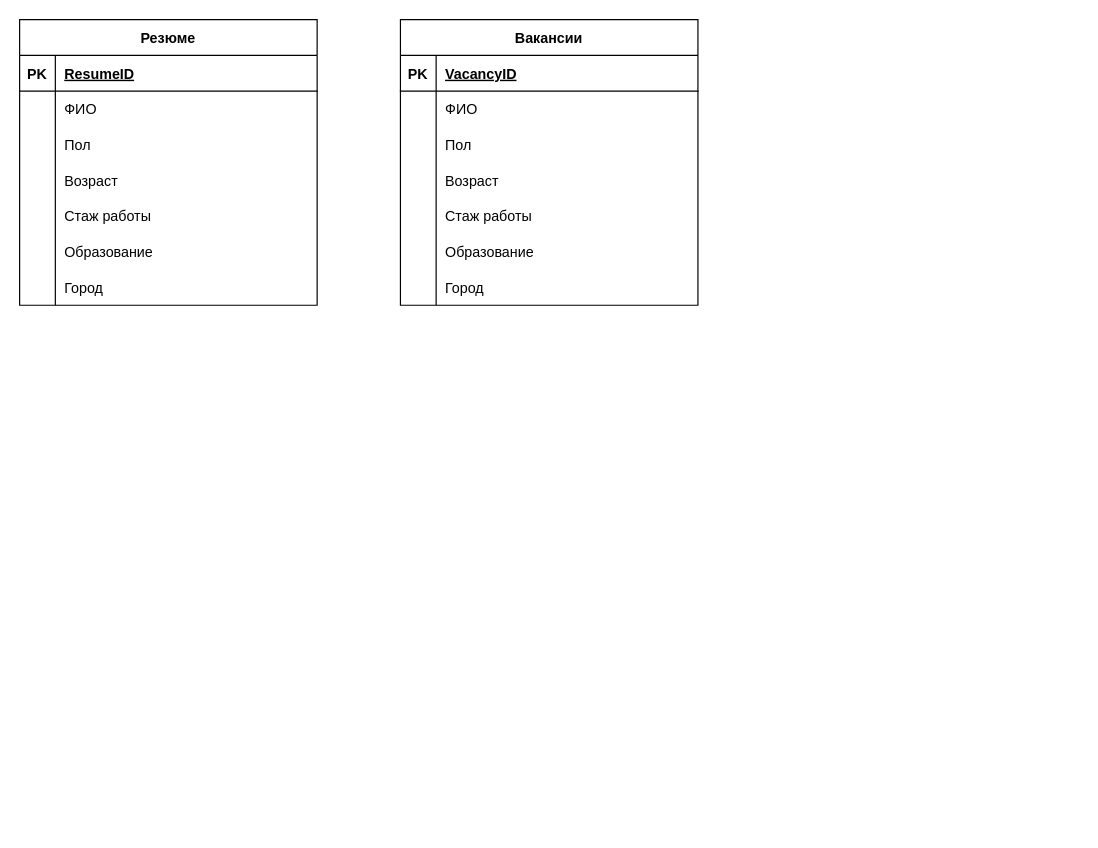
Earlier version of the draw.io diagram Entity Relationship Diagram.drawio (FullOfDelirium/Employment-agency). Source tidied: cells renumbered, new cells numbered last; positions are measured from the earlier drawing's top-left corner, leaving out a move shared by most shapes. Both pictures are drawn from the tidied source at 119%, with x=0, y=0 at pixel (19, 19).
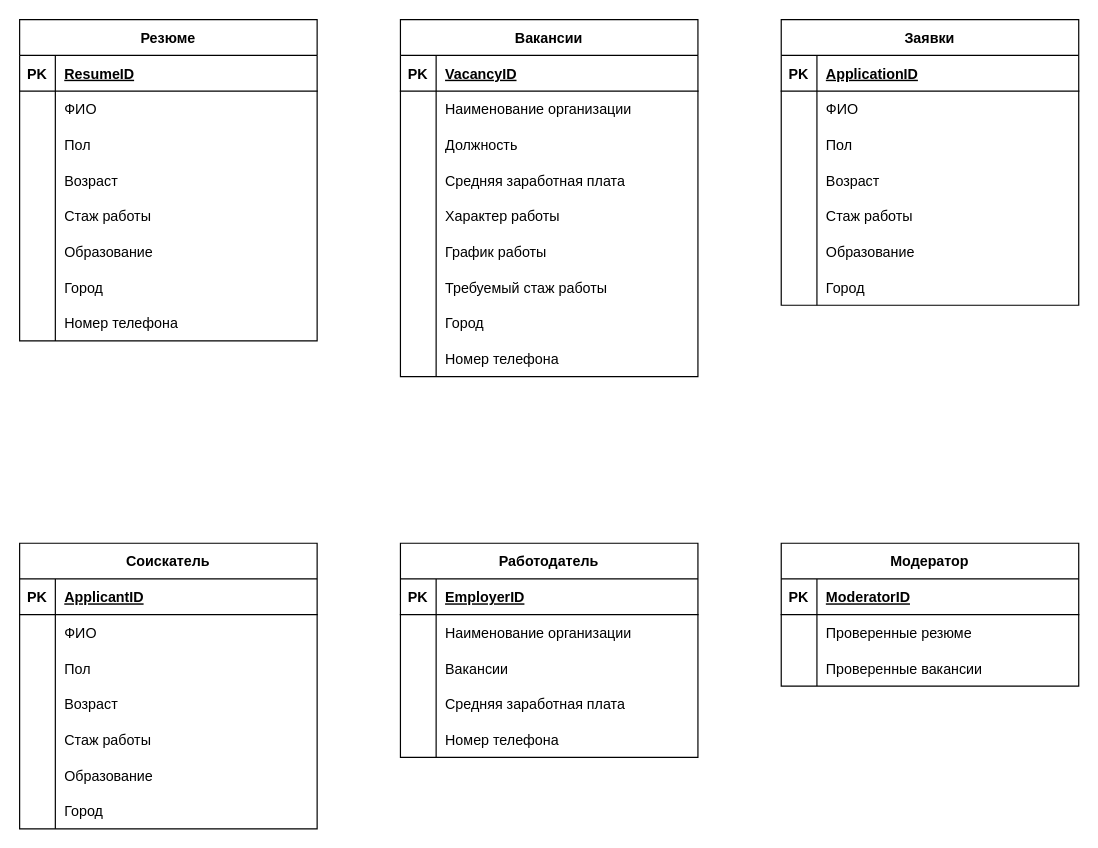
Above is the later version.

The change refers to these unchanged cells:
```xml
<mxCell id="28" style="shape=partialRectangle;fillColor=none;top=0;left=0;right=0;bottom=0;" parent="24" vertex="1">
  <mxGeometry y="60" width="250" height="30" as="geometry" />
</mxCell>
<mxCell id="37" style="shape=partialRectangle;fillColor=none;top=0;left=0;right=0;bottom=0;" parent="24" vertex="1">
  <mxGeometry y="150" width="250" height="30" as="geometry" />
</mxCell>
<mxCell id="40" style="shape=partialRectangle;fillColor=none;top=0;left=0;right=0;bottom=0;" parent="24" vertex="1">
  <mxGeometry y="180" width="250" height="30" as="geometry" />
</mxCell>
<mxCell id="43" style="shape=partialRectangle;fillColor=none;top=0;left=0;right=0;bottom=0;" parent="24" vertex="1">
  <mxGeometry y="210" width="250" height="30" as="geometry" />
</mxCell>
```

Diff of the diagram source:
```diff
@@
     <mxCell id="2" value="Резюме" style="shape=table;startSize=30;childLayout=tableLayout;rowLines=0;fontStyle=1;align=center;" parent="1" vertex="1">
-      <mxGeometry width="250" height="240" as="geometry" />
+      <mxGeometry width="250" height="270" as="geometry" />
     </mxCell>
@@
+    <mxCell id="46" style="shape=partialRectangle;fillColor=none;top=0;left=0;right=0;bottom=0;" parent="2" vertex="1">
+      <mxGeometry y="240" width="250" height="30" as="geometry" />
+    </mxCell>
+    <mxCell id="47" style="shape=partialRectangle;overflow=hidden;fillColor=none;top=0;left=0;bottom=0;right=0;" parent="46" vertex="1">
+      <mxGeometry width="30" height="30" as="geometry" />
+    </mxCell>
+    <mxCell id="48" value="Номер телефона" style="shape=partialRectangle;overflow=hidden;fillColor=none;top=0;left=0;bottom=0;right=0;align=left;spacingLeft=6;" parent="46" vertex="1">
+      <mxGeometry x="30" width="220" height="30" as="geometry" />
+    </mxCell>
     <mxCell id="24" value="Вакансии" style="shape=table;startSize=30;childLayout=tableLayout;rowLines=0;fontStyle=1;align=center;" parent="1" vertex="1">
-      <mxGeometry x="320" width="250" height="240" as="geometry" />
+      <mxGeometry x="320" width="250" height="300" as="geometry" />
     </mxCell>
@@
-    <mxCell id="30" value="ФИО" style="shape=partialRectangle;overflow=hidden;fillColor=none;top=0;left=0;bottom=0;right=0;align=left;spacingLeft=6;" parent="28" vertex="1">
+    <mxCell id="30" value="Наименование организации" style="shape=partialRectangle;overflow=hidden;fillColor=none;top=0;left=0;bottom=0;right=0;align=left;spacingLeft=6;" parent="28" vertex="1">
       <mxGeometry x="30" width="220" height="30" as="geometry" />
     </mxCell>
+    <mxCell id="34" style="shape=partialRectangle;fillColor=none;top=0;left=0;right=0;bottom=0;" parent="24" vertex="1">
+      <mxGeometry y="90" width="250" height="30" as="geometry" />
+    </mxCell>
+    <mxCell id="35" style="shape=partialRectangle;overflow=hidden;fillColor=none;top=0;left=0;bottom=0;right=0;" parent="34" vertex="1">
+      <mxGeometry width="30" height="30" as="geometry" />
+    </mxCell>
+    <mxCell id="36" value="Должность" style="shape=partialRectangle;overflow=hidden;fillColor=none;top=0;left=0;bottom=0;right=0;align=left;spacingLeft=6;" parent="34" vertex="1">
+      <mxGeometry x="30" width="220" height="30" as="geometry" />
+    </mxCell>
     <mxCell id="31" style="shape=partialRectangle;fillColor=none;top=0;left=0;right=0;bottom=0;" parent="24" vertex="1">
-      <mxGeometry y="90" width="250" height="30" as="geometry" />
+      <mxGeometry y="120" width="250" height="30" as="geometry" />
     </mxCell>
@@
-    <mxCell id="33" value="Пол" style="shape=partialRectangle;overflow=hidden;fillColor=none;top=0;left=0;bottom=0;right=0;align=left;spacingLeft=6;" parent="31" vertex="1">
+    <mxCell id="33" value="Средняя заработная плата" style="shape=partialRectangle;overflow=hidden;fillColor=none;top=0;left=0;bottom=0;right=0;align=left;spacingLeft=6;" parent="31" vertex="1">
       <mxGeometry x="30" width="220" height="30" as="geometry" />
     </mxCell>
-    <mxCell id="34" style="shape=partialRectangle;fillColor=none;top=0;left=0;right=0;bottom=0;" parent="24" vertex="1">
-      <mxGeometry y="120" width="250" height="30" as="geometry" />
-    </mxCell>
-    <mxCell id="35" style="shape=partialRectangle;overflow=hidden;fillColor=none;top=0;left=0;bottom=0;right=0;" parent="34" vertex="1">
-      <mxGeometry width="30" height="30" as="geometry" />
-    </mxCell>
-    <mxCell id="36" value="Возраст" style="shape=partialRectangle;overflow=hidden;fillColor=none;top=0;left=0;bottom=0;right=0;align=left;spacingLeft=6;" parent="34" vertex="1">
-      <mxGeometry x="30" width="220" height="30" as="geometry" />
-    </mxCell>
@@
-    <mxCell id="39" value="Стаж работы" style="shape=partialRectangle;overflow=hidden;fillColor=none;top=0;left=0;bottom=0;right=0;align=left;spacingLeft=6;" parent="37" vertex="1">
+    <mxCell id="39" value="Характер работы" style="shape=partialRectangle;overflow=hidden;fillColor=none;top=0;left=0;bottom=0;right=0;align=left;spacingLeft=6;" parent="37" vertex="1">
       <mxGeometry x="30" width="220" height="30" as="geometry" />
     </mxCell>
@@
-    <mxCell id="42" value="Образование" style="shape=partialRectangle;overflow=hidden;fillColor=none;top=0;left=0;bottom=0;right=0;align=left;spacingLeft=6;" parent="40" vertex="1">
+    <mxCell id="42" value="График работы" style="shape=partialRectangle;overflow=hidden;fillColor=none;top=0;left=0;bottom=0;right=0;align=left;spacingLeft=6;" parent="40" vertex="1">
       <mxGeometry x="30" width="220" height="30" as="geometry" />
     </mxCell>
@@
-    <mxCell id="45" value="Город" style="shape=partialRectangle;overflow=hidden;fillColor=none;top=0;left=0;bottom=0;right=0;align=left;spacingLeft=6;" parent="43" vertex="1">
+    <mxCell id="45" value="Требуемый стаж работы" style="shape=partialRectangle;overflow=hidden;fillColor=none;top=0;left=0;bottom=0;right=0;align=left;spacingLeft=6;" parent="43" vertex="1">
       <mxGeometry x="30" width="220" height="30" as="geometry" />
     </mxCell>
+    <mxCell id="49" style="shape=partialRectangle;fillColor=none;top=0;left=0;right=0;bottom=0;" parent="24" vertex="1">
+      <mxGeometry y="240" width="250" height="30" as="geometry" />
+    </mxCell>
+    <mxCell id="50" style="shape=partialRectangle;overflow=hidden;fillColor=none;top=0;left=0;bottom=0;right=0;" parent="49" vertex="1">
+      <mxGeometry width="30" height="30" as="geometry" />
+    </mxCell>
+    <mxCell id="51" value="Город" style="shape=partialRectangle;overflow=hidden;fillColor=none;top=0;left=0;bottom=0;right=0;align=left;spacingLeft=6;" parent="49" vertex="1">
+      <mxGeometry x="30" width="220" height="30" as="geometry" />
+    </mxCell>
+    <mxCell id="52" style="shape=partialRectangle;fillColor=none;top=0;left=0;right=0;bottom=0;" parent="24" vertex="1">
+      <mxGeometry y="270" width="250" height="30" as="geometry" />
+    </mxCell>
+    <mxCell id="53" style="shape=partialRectangle;overflow=hidden;fillColor=none;top=0;left=0;bottom=0;right=0;" parent="52" vertex="1">
+      <mxGeometry width="30" height="30" as="geometry" />
+    </mxCell>
+    <mxCell id="54" value="Номер телефона" style="shape=partialRectangle;overflow=hidden;fillColor=none;top=0;left=0;bottom=0;right=0;align=left;spacingLeft=6;" parent="52" vertex="1">
+      <mxGeometry x="30" width="220" height="30" as="geometry" />
+    </mxCell>
+    <mxCell id="55" value="Заявки" style="shape=table;startSize=30;childLayout=tableLayout;rowLines=0;fontStyle=1;align=center;" parent="1" vertex="1">
+      <mxGeometry x="640" width="250" height="240" as="geometry" />
+    </mxCell>
+    <mxCell id="56" style="shape=partialRectangle;fillColor=none;top=0;left=0;right=0;bottom=1;" parent="55" vertex="1">
+      <mxGeometry y="30" width="250" height="30" as="geometry" />
+    </mxCell>
+    <mxCell id="57" value="PK" style="shape=partialRectangle;overflow=hidden;fillColor=none;top=0;left=0;bottom=0;right=0;fontStyle=1;" parent="56" vertex="1">
+      <mxGeometry width="30" height="30" as="geometry" />
+    </mxCell>
+    <mxCell id="58" value="ApplicationID" style="shape=partialRectangle;overflow=hidden;fillColor=none;top=0;left=0;bottom=0;right=0;align=left;spacingLeft=6;fontStyle=5;" parent="56" vertex="1">
+      <mxGeometry x="30" width="220" height="30" as="geometry" />
+    </mxCell>
+    <mxCell id="59" style="shape=partialRectangle;fillColor=none;top=0;left=0;right=0;bottom=0;" parent="55" vertex="1">
+      <mxGeometry y="60" width="250" height="30" as="geometry" />
+    </mxCell>
+    <mxCell id="60" style="shape=partialRectangle;overflow=hidden;fillColor=none;top=0;left=0;bottom=0;right=0;" parent="59" vertex="1">
+      <mxGeometry width="30" height="30" as="geometry" />
+    </mxCell>
+    <mxCell id="61" value="ФИО" style="shape=partialRectangle;overflow=hidden;fillColor=none;top=0;left=0;bottom=0;right=0;align=left;spacingLeft=6;" parent="59" vertex="1">
+      <mxGeometry x="30" width="220" height="30" as="geometry" />
+    </mxCell>
+    <mxCell id="62" style="shape=partialRectangle;fillColor=none;top=0;left=0;right=0;bottom=0;" parent="55" vertex="1">
+      <mxGeometry y="90" width="250" height="30" as="geometry" />
+    </mxCell>
+    <mxCell id="63" style="shape=partialRectangle;overflow=hidden;fillColor=none;top=0;left=0;bottom=0;right=0;" parent="62" vertex="1">
+      <mxGeometry width="30" height="30" as="geometry" />
+    </mxCell>
+    <mxCell id="64" value="Пол" style="shape=partialRectangle;overflow=hidden;fillColor=none;top=0;left=0;bottom=0;right=0;align=left;spacingLeft=6;" parent="62" vertex="1">
+      <mxGeometry x="30" width="220" height="30" as="geometry" />
+    </mxCell>
+    <mxCell id="65" style="shape=partialRectangle;fillColor=none;top=0;left=0;right=0;bottom=0;" parent="55" vertex="1">
+      <mxGeometry y="120" width="250" height="30" as="geometry" />
+    </mxCell>
+    <mxCell id="66" style="shape=partialRectangle;overflow=hidden;fillColor=none;top=0;left=0;bottom=0;right=0;" parent="65" vertex="1">
+      <mxGeometry width="30" height="30" as="geometry" />
+    </mxCell>
+    <mxCell id="67" value="Возраст" style="shape=partialRectangle;overflow=hidden;fillColor=none;top=0;left=0;bottom=0;right=0;align=left;spacingLeft=6;" parent="65" vertex="1">
+      <mxGeometry x="30" width="220" height="30" as="geometry" />
+    </mxCell>
+    <mxCell id="68" style="shape=partialRectangle;fillColor=none;top=0;left=0;right=0;bottom=0;" parent="55" vertex="1">
+      <mxGeometry y="150" width="250" height="30" as="geometry" />
+    </mxCell>
+    <mxCell id="69" style="shape=partialRectangle;overflow=hidden;fillColor=none;top=0;left=0;bottom=0;right=0;" parent="68" vertex="1">
+      <mxGeometry width="30" height="30" as="geometry" />
+    </mxCell>
+    <mxCell id="70" value="Стаж работы" style="shape=partialRectangle;overflow=hidden;fillColor=none;top=0;left=0;bottom=0;right=0;align=left;spacingLeft=6;" parent="68" vertex="1">
+      <mxGeometry x="30" width="220" height="30" as="geometry" />
+    </mxCell>
+    <mxCell id="71" style="shape=partialRectangle;fillColor=none;top=0;left=0;right=0;bottom=0;" parent="55" vertex="1">
+      <mxGeometry y="180" width="250" height="30" as="geometry" />
+    </mxCell>
+    <mxCell id="72" style="shape=partialRectangle;overflow=hidden;fillColor=none;top=0;left=0;bottom=0;right=0;" parent="71" vertex="1">
+      <mxGeometry width="30" height="30" as="geometry" />
+    </mxCell>
+    <mxCell id="73" value="Образование" style="shape=partialRectangle;overflow=hidden;fillColor=none;top=0;left=0;bottom=0;right=0;align=left;spacingLeft=6;" parent="71" vertex="1">
+      <mxGeometry x="30" width="220" height="30" as="geometry" />
+    </mxCell>
+    <mxCell id="74" style="shape=partialRectangle;fillColor=none;top=0;left=0;right=0;bottom=0;" parent="55" vertex="1">
+      <mxGeometry y="210" width="250" height="30" as="geometry" />
+    </mxCell>
+    <mxCell id="75" style="shape=partialRectangle;overflow=hidden;fillColor=none;top=0;left=0;bottom=0;right=0;" parent="74" vertex="1">
+      <mxGeometry width="30" height="30" as="geometry" />
+    </mxCell>
+    <mxCell id="76" value="Город" style="shape=partialRectangle;overflow=hidden;fillColor=none;top=0;left=0;bottom=0;right=0;align=left;spacingLeft=6;" parent="74" vertex="1">
+      <mxGeometry x="30" width="220" height="30" as="geometry" />
+    </mxCell>
+    <mxCell id="77" value="Соискатель" style="shape=table;startSize=30;childLayout=tableLayout;rowLines=0;fontStyle=1;align=center;" parent="1" vertex="1">
+      <mxGeometry y="440" width="250" height="240" as="geometry" />
+    </mxCell>
+    <mxCell id="78" style="shape=partialRectangle;fillColor=none;top=0;left=0;right=0;bottom=1;" parent="77" vertex="1">
+      <mxGeometry y="30" width="250" height="30" as="geometry" />
+    </mxCell>
+    <mxCell id="79" value="PK" style="shape=partialRectangle;overflow=hidden;fillColor=none;top=0;left=0;bottom=0;right=0;fontStyle=1;" parent="78" vertex="1">
+      <mxGeometry width="30" height="30" as="geometry" />
+    </mxCell>
+    <mxCell id="80" value="ApplicantID" style="shape=partialRectangle;overflow=hidden;fillColor=none;top=0;left=0;bottom=0;right=0;align=left;spacingLeft=6;fontStyle=5;" parent="78" vertex="1">
+      <mxGeometry x="30" width="220" height="30" as="geometry" />
+    </mxCell>
+    <mxCell id="81" style="shape=partialRectangle;fillColor=none;top=0;left=0;right=0;bottom=0;" parent="77" vertex="1">
+      <mxGeometry y="60" width="250" height="30" as="geometry" />
+    </mxCell>
+    <mxCell id="82" style="shape=partialRectangle;overflow=hidden;fillColor=none;top=0;left=0;bottom=0;right=0;" parent="81" vertex="1">
+      <mxGeometry width="30" height="30" as="geometry" />
+    </mxCell>
+    <mxCell id="83" value="ФИО" style="shape=partialRectangle;overflow=hidden;fillColor=none;top=0;left=0;bottom=0;right=0;align=left;spacingLeft=6;" parent="81" vertex="1">
+      <mxGeometry x="30" width="220" height="30" as="geometry" />
+    </mxCell>
+    <mxCell id="84" style="shape=partialRectangle;fillColor=none;top=0;left=0;right=0;bottom=0;" parent="77" vertex="1">
+      <mxGeometry y="90" width="250" height="30" as="geometry" />
+    </mxCell>
+    <mxCell id="85" style="shape=partialRectangle;overflow=hidden;fillColor=none;top=0;left=0;bottom=0;right=0;" parent="84" vertex="1">
+      <mxGeometry width="30" height="30" as="geometry" />
+    </mxCell>
+    <mxCell id="86" value="Пол" style="shape=partialRectangle;overflow=hidden;fillColor=none;top=0;left=0;bottom=0;right=0;align=left;spacingLeft=6;" parent="84" vertex="1">
+      <mxGeometry x="30" width="220" height="30" as="geometry" />
+    </mxCell>
+    <mxCell id="87" style="shape=partialRectangle;fillColor=none;top=0;left=0;right=0;bottom=0;" parent="77" vertex="1">
+      <mxGeometry y="120" width="250" height="30" as="geometry" />
+    </mxCell>
+    <mxCell id="88" style="shape=partialRectangle;overflow=hidden;fillColor=none;top=0;left=0;bottom=0;right=0;" parent="87" vertex="1">
+      <mxGeometry width="30" height="30" as="geometry" />
+    </mxCell>
+    <mxCell id="89" value="Возраст" style="shape=partialRectangle;overflow=hidden;fillColor=none;top=0;left=0;bottom=0;right=0;align=left;spacingLeft=6;" parent="87" vertex="1">
+      <mxGeometry x="30" width="220" height="30" as="geometry" />
+    </mxCell>
+    <mxCell id="90" style="shape=partialRectangle;fillColor=none;top=0;left=0;right=0;bottom=0;" parent="77" vertex="1">
+      <mxGeometry y="150" width="250" height="30" as="geometry" />
+    </mxCell>
+    <mxCell id="91" style="shape=partialRectangle;overflow=hidden;fillColor=none;top=0;left=0;bottom=0;right=0;" parent="90" vertex="1">
+      <mxGeometry width="30" height="30" as="geometry" />
+    </mxCell>
+    <mxCell id="92" value="Стаж работы" style="shape=partialRectangle;overflow=hidden;fillColor=none;top=0;left=0;bottom=0;right=0;align=left;spacingLeft=6;" parent="90" vertex="1">
+      <mxGeometry x="30" width="220" height="30" as="geometry" />
+    </mxCell>
+    <mxCell id="93" style="shape=partialRectangle;fillColor=none;top=0;left=0;right=0;bottom=0;" parent="77" vertex="1">
+      <mxGeometry y="180" width="250" height="30" as="geometry" />
+    </mxCell>
+    <mxCell id="94" style="shape=partialRectangle;overflow=hidden;fillColor=none;top=0;left=0;bottom=0;right=0;" parent="93" vertex="1">
+      <mxGeometry width="30" height="30" as="geometry" />
+    </mxCell>
+    <mxCell id="95" value="Образование" style="shape=partialRectangle;overflow=hidden;fillColor=none;top=0;left=0;bottom=0;right=0;align=left;spacingLeft=6;" parent="93" vertex="1">
+      <mxGeometry x="30" width="220" height="30" as="geometry" />
+    </mxCell>
+    <mxCell id="96" style="shape=partialRectangle;fillColor=none;top=0;left=0;right=0;bottom=0;" parent="77" vertex="1">
+      <mxGeometry y="210" width="250" height="30" as="geometry" />
+    </mxCell>
+    <mxCell id="97" style="shape=partialRectangle;overflow=hidden;fillColor=none;top=0;left=0;bottom=0;right=0;" parent="96" vertex="1">
+      <mxGeometry width="30" height="30" as="geometry" />
+    </mxCell>
+    <mxCell id="98" value="Город" style="shape=partialRectangle;overflow=hidden;fillColor=none;top=0;left=0;bottom=0;right=0;align=left;spacingLeft=6;" parent="96" vertex="1">
+      <mxGeometry x="30" width="220" height="30" as="geometry" />
+    </mxCell>
+    <mxCell id="99" value="Работодатель" style="shape=table;startSize=30;childLayout=tableLayout;rowLines=0;fontStyle=1;align=center;" parent="1" vertex="1">
+      <mxGeometry x="320" y="440" width="250" height="180" as="geometry" />
+    </mxCell>
+    <mxCell id="100" style="shape=partialRectangle;fillColor=none;top=0;left=0;right=0;bottom=1;" parent="99" vertex="1">
+      <mxGeometry y="30" width="250" height="30" as="geometry" />
+    </mxCell>
+    <mxCell id="101" value="PK" style="shape=partialRectangle;overflow=hidden;fillColor=none;top=0;left=0;bottom=0;right=0;fontStyle=1;" parent="100" vertex="1">
+      <mxGeometry width="30" height="30" as="geometry" />
+    </mxCell>
+    <mxCell id="102" value="EmployerID" style="shape=partialRectangle;overflow=hidden;fillColor=none;top=0;left=0;bottom=0;right=0;align=left;spacingLeft=6;fontStyle=5;" parent="100" vertex="1">
+      <mxGeometry x="30" width="220" height="30" as="geometry" />
+    </mxCell>
+    <mxCell id="103" style="shape=partialRectangle;fillColor=none;top=0;left=0;right=0;bottom=0;" parent="99" vertex="1">
+      <mxGeometry y="60" width="250" height="30" as="geometry" />
+    </mxCell>
+    <mxCell id="104" style="shape=partialRectangle;overflow=hidden;fillColor=none;top=0;left=0;bottom=0;right=0;" parent="103" vertex="1">
+      <mxGeometry width="30" height="30" as="geometry" />
+    </mxCell>
+    <mxCell id="105" value="Наименование организации" style="shape=partialRectangle;overflow=hidden;fillColor=none;top=0;left=0;bottom=0;right=0;align=left;spacingLeft=6;" parent="103" vertex="1">
+      <mxGeometry x="30" width="220" height="30" as="geometry" />
+    </mxCell>
+    <mxCell id="106" style="shape=partialRectangle;fillColor=none;top=0;left=0;right=0;bottom=0;" parent="99" vertex="1">
+      <mxGeometry y="90" width="250" height="30" as="geometry" />
+    </mxCell>
+    <mxCell id="107" style="shape=partialRectangle;overflow=hidden;fillColor=none;top=0;left=0;bottom=0;right=0;" parent="106" vertex="1">
+      <mxGeometry width="30" height="30" as="geometry" />
+    </mxCell>
+    <mxCell id="108" value="Вакансии" style="shape=partialRectangle;overflow=hidden;fillColor=none;top=0;left=0;bottom=0;right=0;align=left;spacingLeft=6;" parent="106" vertex="1">
+      <mxGeometry x="30" width="220" height="30" as="geometry" />
+    </mxCell>
+    <mxCell id="109" style="shape=partialRectangle;fillColor=none;top=0;left=0;right=0;bottom=0;" parent="99" vertex="1">
+      <mxGeometry y="120" width="250" height="30" as="geometry" />
+    </mxCell>
+    <mxCell id="110" style="shape=partialRectangle;overflow=hidden;fillColor=none;top=0;left=0;bottom=0;right=0;" parent="109" vertex="1">
+      <mxGeometry width="30" height="30" as="geometry" />
+    </mxCell>
+    <mxCell id="111" value="Средняя заработная плата" style="shape=partialRectangle;overflow=hidden;fillColor=none;top=0;left=0;bottom=0;right=0;align=left;spacingLeft=6;" parent="109" vertex="1">
+      <mxGeometry x="30" width="220" height="30" as="geometry" />
+    </mxCell>
+    <mxCell id="112" style="shape=partialRectangle;fillColor=none;top=0;left=0;right=0;bottom=0;" parent="99" vertex="1">
+      <mxGeometry y="150" width="250" height="30" as="geometry" />
+    </mxCell>
+    <mxCell id="113" style="shape=partialRectangle;overflow=hidden;fillColor=none;top=0;left=0;bottom=0;right=0;" parent="112" vertex="1">
+      <mxGeometry width="30" height="30" as="geometry" />
+    </mxCell>
+    <mxCell id="114" value="Номер телефона" style="shape=partialRectangle;overflow=hidden;fillColor=none;top=0;left=0;bottom=0;right=0;align=left;spacingLeft=6;" parent="112" vertex="1">
+      <mxGeometry x="30" width="220" height="30" as="geometry" />
+    </mxCell>
+    <mxCell id="115" value="Модератор" style="shape=table;startSize=30;childLayout=tableLayout;rowLines=0;fontStyle=1;align=center;" parent="1" vertex="1">
+      <mxGeometry x="640" y="440" width="250" height="120" as="geometry" />
+    </mxCell>
+    <mxCell id="116" style="shape=partialRectangle;fillColor=none;top=0;left=0;right=0;bottom=1;" parent="115" vertex="1">
+      <mxGeometry y="30" width="250" height="30" as="geometry" />
+    </mxCell>
+    <mxCell id="117" value="PK" style="shape=partialRectangle;overflow=hidden;fillColor=none;top=0;left=0;bottom=0;right=0;fontStyle=1;" parent="116" vertex="1">
+      <mxGeometry width="30" height="30" as="geometry" />
+    </mxCell>
+    <mxCell id="118" value="ModeratorID" style="shape=partialRectangle;overflow=hidden;fillColor=none;top=0;left=0;bottom=0;right=0;align=left;spacingLeft=6;fontStyle=5;" parent="116" vertex="1">
+      <mxGeometry x="30" width="220" height="30" as="geometry" />
+    </mxCell>
+    <mxCell id="119" style="shape=partialRectangle;fillColor=none;top=0;left=0;right=0;bottom=0;" parent="115" vertex="1">
+      <mxGeometry y="60" width="250" height="30" as="geometry" />
+    </mxCell>
+    <mxCell id="120" style="shape=partialRectangle;overflow=hidden;fillColor=none;top=0;left=0;bottom=0;right=0;" parent="119" vertex="1">
+      <mxGeometry width="30" height="30" as="geometry" />
+    </mxCell>
+    <mxCell id="121" value="Проверенные резюме" style="shape=partialRectangle;overflow=hidden;fillColor=none;top=0;left=0;bottom=0;right=0;align=left;spacingLeft=6;" parent="119" vertex="1">
+      <mxGeometry x="30" width="220" height="30" as="geometry" />
+    </mxCell>
+    <mxCell id="122" style="shape=partialRectangle;fillColor=none;top=0;left=0;right=0;bottom=0;" parent="115" vertex="1">
+      <mxGeometry y="90" width="250" height="30" as="geometry" />
+    </mxCell>
+    <mxCell id="123" style="shape=partialRectangle;overflow=hidden;fillColor=none;top=0;left=0;bottom=0;right=0;" parent="122" vertex="1">
+      <mxGeometry width="30" height="30" as="geometry" />
+    </mxCell>
+    <mxCell id="124" value="Проверенные вакансии" style="shape=partialRectangle;overflow=hidden;fillColor=none;top=0;left=0;bottom=0;right=0;align=left;spacingLeft=6;" parent="122" vertex="1">
+      <mxGeometry x="30" width="220" height="30" as="geometry" />
+    </mxCell>
```
